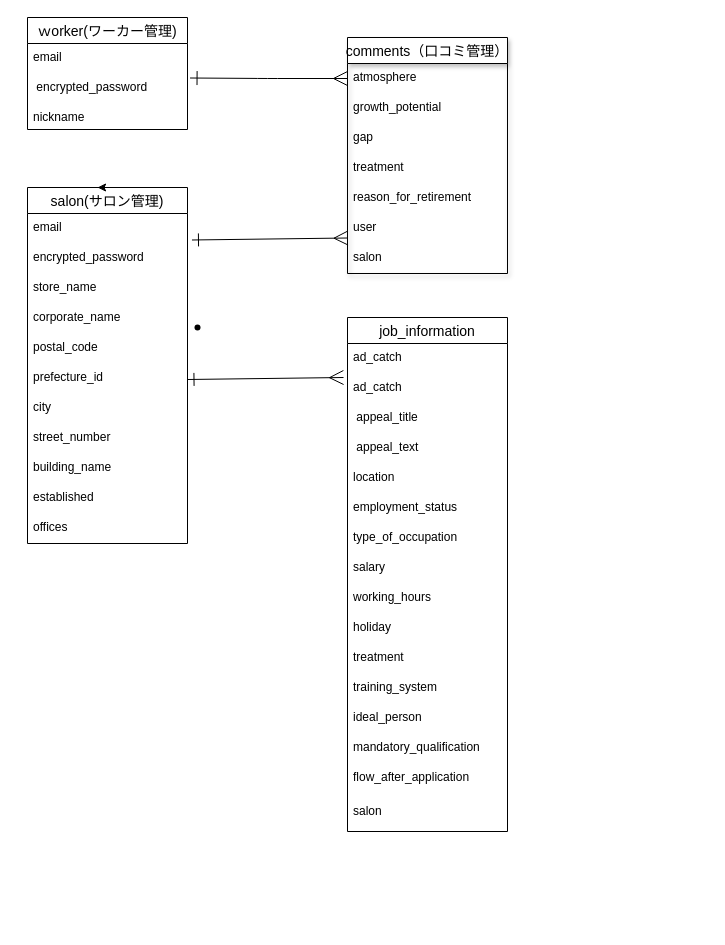
Above: database.dio in miho0434/job-ad (draw.io), before the change. Source tidied: cells renumbered, new cells numbered last; positions are measured from the earlier drawing's top-left corner, leaving out a move shared by most shapes. Both pictures are drawn from the tidied source at 100%, with x=0, y=0 at pixel (27, 17).
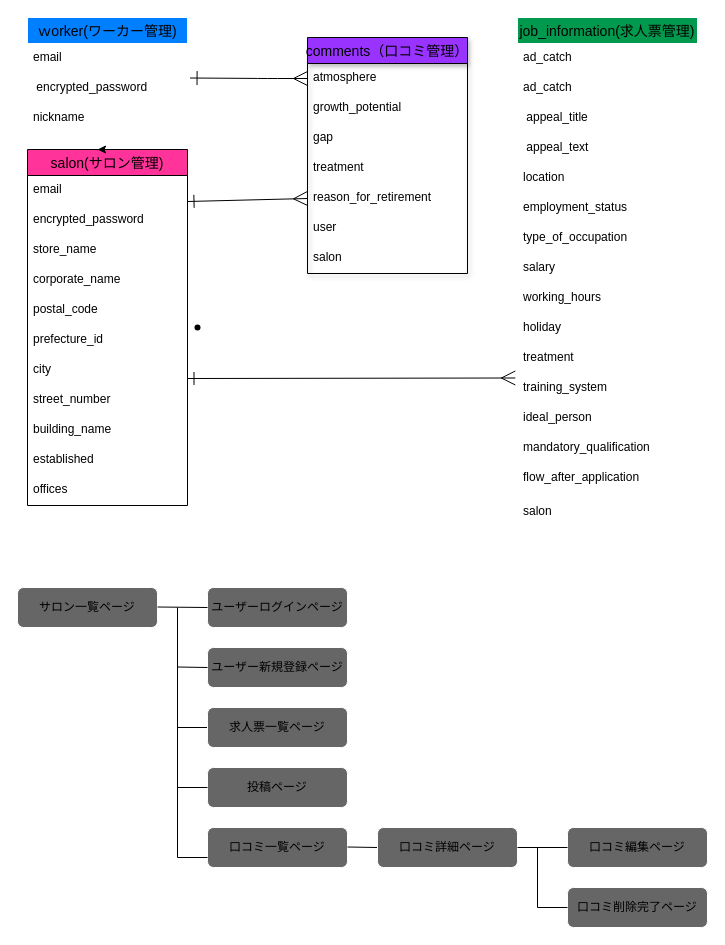
Above is the later version.

The change refers to these unchanged cells:
```xml
<mxCell id="12" value="reason_for_retirement " style="text;strokeColor=none;fillColor=none;spacingLeft=4;spacingRight=4;overflow=hidden;points=[[0,0.5],[1,0.5]];portConstraint=eastwest;fontSize=12;" parent="7" vertex="1">
  <mxGeometry y="146" width="160" height="30" as="geometry" />
</mxCell>
<mxCell id="14" value="salon " style="text;strokeColor=none;fillColor=none;spacingLeft=4;spacingRight=4;overflow=hidden;points=[[0,0.5],[1,0.5]];portConstraint=eastwest;fontSize=12;" parent="7" vertex="1">
  <mxGeometry y="206" width="160" height="30" as="geometry" />
</mxCell>
<mxCell id="16" value="email " style="text;strokeColor=none;fillColor=none;spacingLeft=4;spacingRight=4;overflow=hidden;points=[[0,0.5],[1,0.5]];portConstraint=eastwest;fontSize=12;" parent="15" vertex="1">
  <mxGeometry y="26" width="160" height="30" as="geometry" />
</mxCell>
```

Diff of the diagram source:
```diff
@@
-    <mxCell id="3" value="ｗorker(ワーカー管理)" style="swimlane;fontStyle=0;horizontal=1;startSize=26;align=center;fontSize=14;" parent="1" vertex="1">
+    <mxCell id="3" value="ｗorker(ワーカー管理)" style="swimlane;fontStyle=0;horizontal=1;startSize=26;align=center;fontSize=14;fillColor=#007FFF;strokeColor=#FFFFFF;" parent="1" vertex="1">
       <mxGeometry width="160" height="112" as="geometry" />
     </mxCell>
@@
-    <mxCell id="7" value="comments（口コミ管理）" style="swimlane;fontStyle=0;horizontal=1;startSize=26;align=center;fontSize=14;swimlaneLine=1;rounded=0;shadow=1;strokeColor=default;" parent="1" vertex="1">
-      <mxGeometry x="320" y="20" width="160" height="236" as="geometry" />
+    <mxCell id="7" value="comments（口コミ管理）" style="swimlane;fontStyle=0;horizontal=1;startSize=26;align=center;fontSize=14;swimlaneLine=1;rounded=0;shadow=1;strokeColor=default;fillColor=#9933FF;" parent="1" vertex="1">
+      <mxGeometry x="280" y="20" width="160" height="236" as="geometry" />
     </mxCell>
@@
-    <mxCell id="15" value="salon(サロン管理)" style="swimlane;fontStyle=0;horizontal=1;startSize=26;align=center;fontSize=14;" parent="1" vertex="1">
-      <mxGeometry y="170" width="160" height="356" as="geometry" />
+    <mxCell id="15" value="salon(サロン管理)" style="swimlane;fontStyle=0;horizontal=1;startSize=26;align=center;fontSize=14;fillColor=#FF3399;" parent="1" vertex="1">
+      <mxGeometry y="132" width="160" height="356" as="geometry" />
     </mxCell>
@@
-    <mxCell id="28" style="rounded=1;html=1;entryX=0.003;entryY=-0.183;entryDx=0;entryDy=0;startArrow=ERone;startFill=0;endArrow=ERmany;endFill=0;exitX=1.028;exitY=0.883;exitDx=0;exitDy=0;exitPerimeter=0;endSize=12;startSize=11;entryPerimeter=0;" parent="1" edge="1" source="16" target="14">
-      <mxGeometry relative="1" as="geometry" />
+    <mxCell id="28" style="rounded=1;html=1;entryX=0;entryY=0.5;entryDx=0;entryDy=0;startArrow=ERone;startFill=0;endArrow=ERmany;endFill=0;endSize=12;startSize=11;" parent="1" edge="1" target="12">
+      <mxGeometry relative="1" as="geometry">
+        <mxPoint x="160" y="184" as="sourcePoint" />
+      </mxGeometry>
     </mxCell>
@@
-    <mxCell id="31" value="job_information" style="swimlane;fontStyle=0;horizontal=1;startSize=26;align=center;fontSize=14;" parent="1" vertex="1">
-      <mxGeometry x="320" y="300" width="160" height="514" as="geometry" />
+    <mxCell id="31" value="job_information(求人票管理)" style="swimlane;fontStyle=0;horizontal=1;startSize=26;align=center;fontSize=14;fillColor=#00994D;strokeColor=#FFFFFF;" parent="1" vertex="1">
+      <mxGeometry x="490" width="180" height="514" as="geometry" />
     </mxCell>
     <mxCell id="32" value="ad_catch" style="text;strokeColor=none;fillColor=none;spacingLeft=4;spacingRight=4;overflow=hidden;fontSize=12;" parent="31" vertex="1">
-      <mxGeometry y="26" width="160" height="30" as="geometry" />
+      <mxGeometry y="26" width="180" height="30" as="geometry" />
     </mxCell>
     <mxCell id="33" value="ad_catch" style="text;strokeColor=none;fillColor=none;spacingLeft=4;spacingRight=4;overflow=hidden;fontSize=12;" parent="31" vertex="1">
-      <mxGeometry y="56" width="160" height="30" as="geometry" />
+      <mxGeometry y="56" width="180" height="30" as="geometry" />
     </mxCell>
     <mxCell id="34" value=" appeal_title " style="text;strokeColor=none;fillColor=none;spacingLeft=4;spacingRight=4;overflow=hidden;fontSize=12;" parent="31" vertex="1">
-      <mxGeometry y="86" width="160" height="30" as="geometry" />
+      <mxGeometry y="86" width="180" height="30" as="geometry" />
     </mxCell>
     <mxCell id="35" value=" appeal_text " style="text;strokeColor=none;fillColor=none;spacingLeft=4;spacingRight=4;overflow=hidden;fontSize=12;" parent="31" vertex="1">
-      <mxGeometry y="116" width="160" height="30" as="geometry" />
+      <mxGeometry y="116" width="180" height="30" as="geometry" />
     </mxCell>
     <mxCell id="36" value="location" style="text;strokeColor=none;fillColor=none;spacingLeft=4;spacingRight=4;overflow=hidden;fontSize=12;" parent="31" vertex="1">
-      <mxGeometry y="146" width="160" height="30" as="geometry" />
+      <mxGeometry y="146" width="180" height="30" as="geometry" />
     </mxCell>
     <mxCell id="37" value="employment_status " style="text;strokeColor=none;fillColor=none;spacingLeft=4;spacingRight=4;overflow=hidden;fontSize=12;" parent="31" vertex="1">
-      <mxGeometry y="176" width="160" height="30" as="geometry" />
+      <mxGeometry y="176" width="180" height="30" as="geometry" />
     </mxCell>
     <mxCell id="38" value="type_of_occupation" style="text;strokeColor=none;fillColor=none;spacingLeft=4;spacingRight=4;overflow=hidden;fontSize=12;" parent="31" vertex="1">
-      <mxGeometry y="206" width="160" height="30" as="geometry" />
+      <mxGeometry y="206" width="180" height="30" as="geometry" />
     </mxCell>
     <mxCell id="39" value="salary " style="text;strokeColor=none;fillColor=none;spacingLeft=4;spacingRight=4;overflow=hidden;fontSize=12;" parent="31" vertex="1">
-      <mxGeometry y="236" width="160" height="30" as="geometry" />
+      <mxGeometry y="236" width="180" height="30" as="geometry" />
     </mxCell>
     <mxCell id="40" value="working_hours " style="text;strokeColor=none;fillColor=none;spacingLeft=4;spacingRight=4;overflow=hidden;fontSize=12;" parent="31" vertex="1">
-      <mxGeometry y="266" width="160" height="30" as="geometry" />
+      <mxGeometry y="266" width="180" height="30" as="geometry" />
     </mxCell>
     <mxCell id="41" value="holiday " style="text;strokeColor=none;fillColor=none;spacingLeft=4;spacingRight=4;overflow=hidden;fontSize=12;" parent="31" vertex="1">
-      <mxGeometry y="296" width="160" height="30" as="geometry" />
+      <mxGeometry y="296" width="180" height="30" as="geometry" />
     </mxCell>
     <mxCell id="42" value="treatment  " style="text;strokeColor=none;fillColor=none;spacingLeft=4;spacingRight=4;overflow=hidden;fontSize=12;" parent="31" vertex="1">
-      <mxGeometry y="326" width="160" height="30" as="geometry" />
+      <mxGeometry y="326" width="180" height="30" as="geometry" />
     </mxCell>
     <mxCell id="43" value="training_system " style="text;strokeColor=none;fillColor=none;spacingLeft=4;spacingRight=4;overflow=hidden;points=[[0,0.5],[1,0.5]];portConstraint=eastwest;fontSize=12;" parent="31" vertex="1">
-      <mxGeometry y="356" width="160" height="30" as="geometry" />
+      <mxGeometry y="356" width="180" height="30" as="geometry" />
     </mxCell>
     <mxCell id="44" value="ideal_person     " style="text;strokeColor=none;fillColor=none;spacingLeft=4;spacingRight=4;overflow=hidden;fontSize=12;" parent="31" vertex="1">
-      <mxGeometry y="386" width="160" height="30" as="geometry" />
+      <mxGeometry y="386" width="180" height="30" as="geometry" />
     </mxCell>
     <mxCell id="45" value="mandatory_qualification" style="text;strokeColor=none;fillColor=none;spacingLeft=4;spacingRight=4;overflow=hidden;fontSize=12;" parent="31" vertex="1">
-      <mxGeometry y="416" width="160" height="30" as="geometry" />
+      <mxGeometry y="416" width="180" height="30" as="geometry" />
     </mxCell>
     <mxCell id="46" value="flow_after_application" style="text;strokeColor=none;fillColor=none;spacingLeft=4;spacingRight=4;overflow=hidden;fontSize=12;" parent="31" vertex="1">
-      <mxGeometry y="446" width="160" height="34" as="geometry" />
+      <mxGeometry y="446" width="180" height="34" as="geometry" />
     </mxCell>
     <mxCell id="47" value="salon " style="text;strokeColor=none;fillColor=none;spacingLeft=4;spacingRight=4;overflow=hidden;fontSize=12;" parent="31" vertex="1">
-      <mxGeometry y="480" width="160" height="34" as="geometry" />
+      <mxGeometry y="480" width="180" height="34" as="geometry" />
     </mxCell>
-    <mxCell id="48" style="rounded=1;html=1;entryX=0.003;entryY=-0.183;entryDx=0;entryDy=0;startArrow=ERone;startFill=0;endArrow=ERmany;endFill=0;exitX=1.028;exitY=0.883;exitDx=0;exitDy=0;exitPerimeter=0;endSize=12;startSize=11;entryPerimeter=0;" parent="1" edge="1">
+    <mxCell id="48" style="rounded=1;html=1;startArrow=ERone;startFill=0;endArrow=ERmany;endFill=0;endSize=12;startSize=11;entryX=-0.012;entryY=0.15;entryDx=0;entryDy=0;entryPerimeter=0;" parent="1" edge="1" target="43">
       <mxGeometry relative="1" as="geometry">
-        <mxPoint x="160" y="362" as="sourcePoint" />
-        <mxPoint x="316" y="360" as="targetPoint" />
+        <mxPoint x="160" y="361" as="sourcePoint" />
       </mxGeometry>
     </mxCell>
+    <mxCell id="49" value="サロン一覧ページ" style="rounded=1;whiteSpace=wrap;html=1;strokeColor=#FFFFFF;fillColor=#666666;" parent="1" vertex="1">
+      <mxGeometry x="-10" y="570" width="140" height="40" as="geometry" />
+    </mxCell>
+    <mxCell id="50" value="ユーザーログインページ" style="rounded=1;whiteSpace=wrap;html=1;strokeColor=#FFFFFF;fillColor=#666666;" parent="1" vertex="1">
+      <mxGeometry x="180" y="570" width="140" height="40" as="geometry" />
+    </mxCell>
+    <mxCell id="51" value="ユーザー新規登録ページ" style="rounded=1;whiteSpace=wrap;html=1;strokeColor=#FFFFFF;fillColor=#666666;" parent="1" vertex="1">
+      <mxGeometry x="180" y="630" width="140" height="40" as="geometry" />
+    </mxCell>
+    <mxCell id="52" value="投稿ページ" style="rounded=1;whiteSpace=wrap;html=1;strokeColor=#FFFFFF;fillColor=#666666;" parent="1" vertex="1">
+      <mxGeometry x="180" y="750" width="140" height="40" as="geometry" />
+    </mxCell>
+    <mxCell id="53" value="口コミ一覧ページ" style="rounded=1;whiteSpace=wrap;html=1;strokeColor=#FFFFFF;fillColor=#666666;" parent="1" vertex="1">
+      <mxGeometry x="180" y="810" width="140" height="40" as="geometry" />
+    </mxCell>
+    <mxCell id="54" style="endArrow=none;html=1;entryX=0;entryY=0.5;entryDx=0;entryDy=0;" parent="1" edge="1" target="50">
+      <mxGeometry relative="1" as="geometry">
+        <mxPoint x="130" y="589.5" as="sourcePoint" />
+      </mxGeometry>
+    </mxCell>
+    <mxCell id="55" style="endArrow=none;html=1;" parent="1" edge="1">
+      <mxGeometry relative="1" as="geometry">
+        <mxPoint x="150" y="840" as="sourcePoint" />
+        <mxPoint x="150" y="590" as="targetPoint" />
+      </mxGeometry>
+    </mxCell>
+    <mxCell id="56" style="endArrow=none;html=1;entryX=0;entryY=0.75;entryDx=0;entryDy=0;" parent="1" edge="1" target="53">
+      <mxGeometry relative="1" as="geometry">
+        <mxPoint x="150" y="840" as="sourcePoint" />
+      </mxGeometry>
+    </mxCell>
+    <mxCell id="57" style="endArrow=none;html=1;entryX=0;entryY=0.5;entryDx=0;entryDy=0;" parent="1" edge="1" target="52">
+      <mxGeometry relative="1" as="geometry">
+        <mxPoint x="150" y="770" as="sourcePoint" />
+      </mxGeometry>
+    </mxCell>
+    <mxCell id="58" style="endArrow=none;html=1;" parent="1" edge="1">
+      <mxGeometry relative="1" as="geometry">
+        <mxPoint x="320" y="829.5" as="sourcePoint" />
+        <mxPoint x="350" y="830" as="targetPoint" />
+      </mxGeometry>
+    </mxCell>
+    <mxCell id="59" style="endArrow=none;html=1;" parent="1" edge="1">
+      <mxGeometry relative="1" as="geometry">
+        <mxPoint x="150" y="649.5" as="sourcePoint" />
+        <mxPoint x="180" y="650" as="targetPoint" />
+      </mxGeometry>
+    </mxCell>
+    <mxCell id="60" value="口コミ詳細ページ" style="rounded=1;whiteSpace=wrap;html=1;strokeColor=#FFFFFF;fillColor=#666666;" parent="1" vertex="1">
+      <mxGeometry x="350" y="810" width="140" height="40" as="geometry" />
+    </mxCell>
+    <mxCell id="61" value="口コミ編集ページ" style="rounded=1;whiteSpace=wrap;html=1;strokeColor=#FFFFFF;fillColor=#666666;" parent="1" vertex="1">
+      <mxGeometry x="540" y="810" width="140" height="40" as="geometry" />
+    </mxCell>
+    <mxCell id="62" value="口コミ削除完了ページ" style="rounded=1;whiteSpace=wrap;html=1;strokeColor=#FFFFFF;fillColor=#666666;" parent="1" vertex="1">
+      <mxGeometry x="540" y="870" width="140" height="40" as="geometry" />
+    </mxCell>
+    <mxCell id="63" style="endArrow=none;html=1;entryX=0;entryY=0.5;entryDx=0;entryDy=0;" parent="1" edge="1">
+      <mxGeometry relative="1" as="geometry">
+        <mxPoint x="150" y="710" as="sourcePoint" />
+        <mxPoint x="180" y="710" as="targetPoint" />
+      </mxGeometry>
+    </mxCell>
+    <mxCell id="64" style="endArrow=none;html=1;" parent="1" edge="1">
+      <mxGeometry relative="1" as="geometry">
+        <mxPoint x="490" y="830" as="sourcePoint" />
+        <mxPoint x="540" y="830" as="targetPoint" />
+      </mxGeometry>
+    </mxCell>
+    <mxCell id="65" style="endArrow=none;html=1;" parent="1" edge="1">
+      <mxGeometry relative="1" as="geometry">
+        <mxPoint x="510" y="890" as="sourcePoint" />
+        <mxPoint x="510" y="830" as="targetPoint" />
+      </mxGeometry>
+    </mxCell>
+    <mxCell id="66" style="endArrow=none;html=1;" parent="1" edge="1">
+      <mxGeometry relative="1" as="geometry">
+        <mxPoint x="540" y="890" as="sourcePoint" />
+        <mxPoint x="510" y="890" as="targetPoint" />
+      </mxGeometry>
+    </mxCell>
+    <mxCell id="67" value="求人票一覧ページ" style="rounded=1;whiteSpace=wrap;html=1;strokeColor=#FFFFFF;fillColor=#666666;" parent="1" vertex="1">
+      <mxGeometry x="180" y="690" width="140" height="40" as="geometry" />
+    </mxCell>
```
